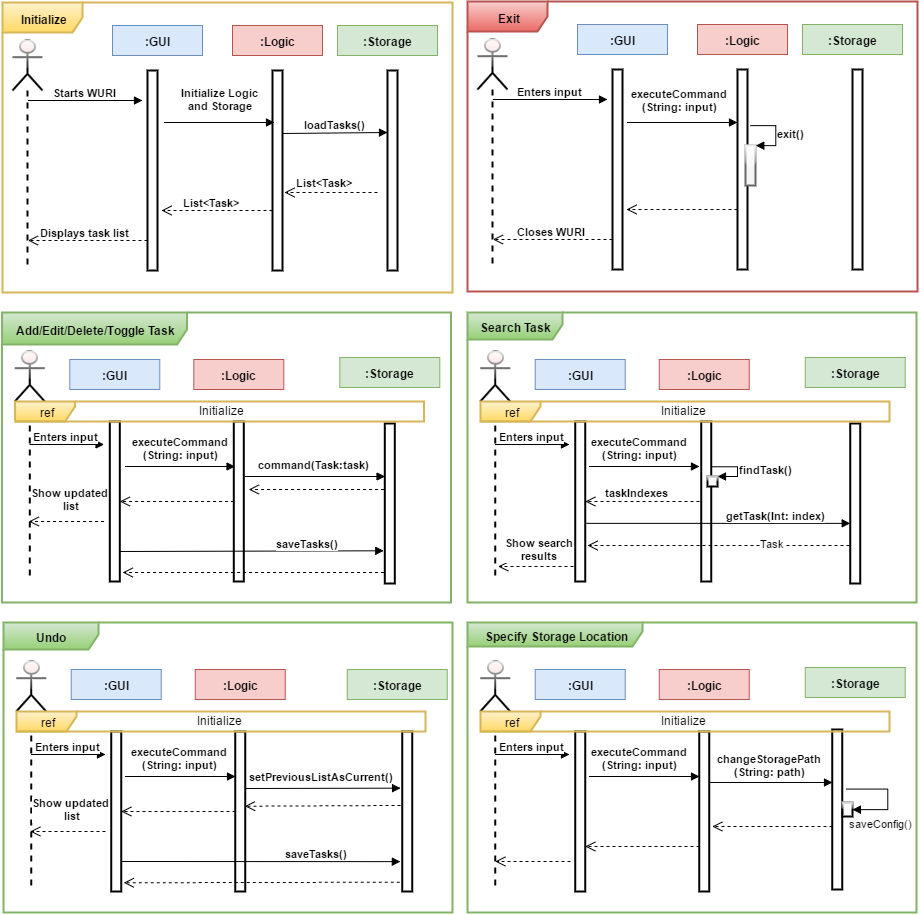
Earlier version of the draw.io export misc/User And Developer Guide/Sequence Diagrams.png (cs2103jan2016-w14-4j/main). Source tidied: cells renumbered, new cells last; positions are measured from the earlier drawing's top-left corner, leaving out a move shared by most shapes.
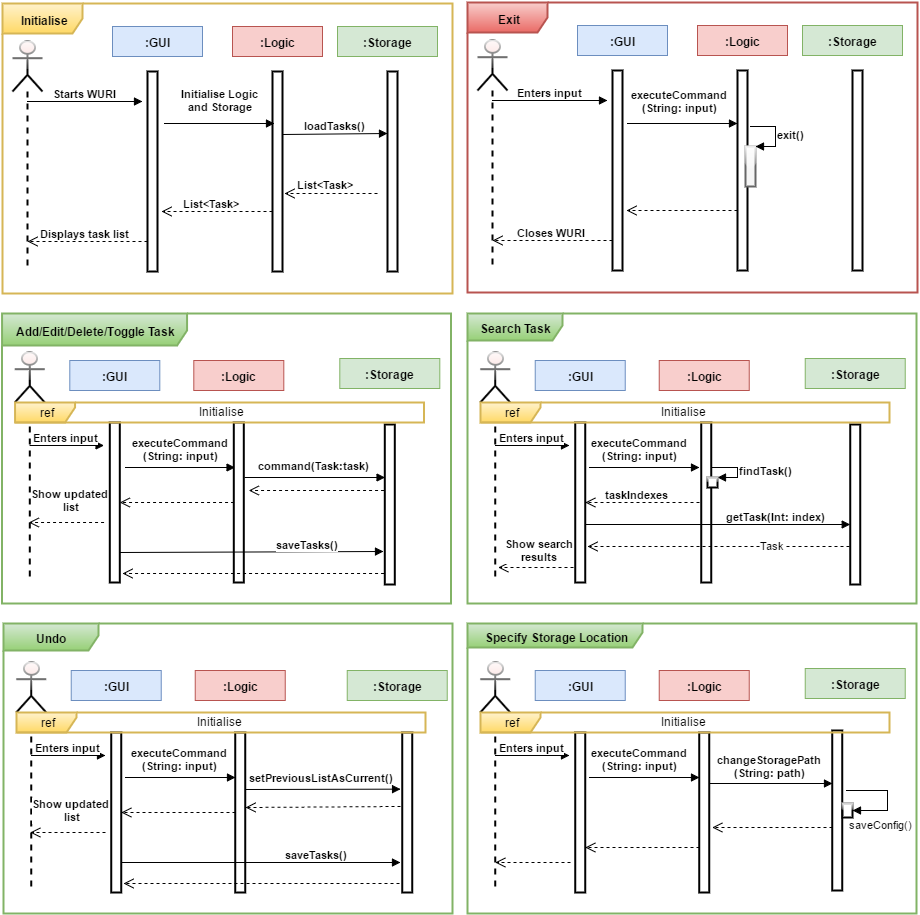
Above is the later version.

Commit message:
Updated Sequence Diagrams for consistency

The edit, as a diff of the source:
```diff
@@ -2,7 +2,7 @@
   <root>
     <mxCell id="0" />
     <mxCell id="1" parent="0" />
-    <mxCell id="2" value="&lt;font color=&quot;#000000&quot;&gt;&lt;b&gt;Initialize&lt;/b&gt;&lt;/font&gt;" style="shape=umlFrame;whiteSpace=wrap;html=1;rounded=0;shadow=0;glass=1;strokeWidth=2;fontColor=#2FA853;width=80;height=30;plain-yellow;" parent="1" vertex="1">
+    <mxCell id="2" value="&lt;font color=&quot;#000000&quot;&gt;&lt;b&gt;Initialise&lt;/b&gt;&lt;/font&gt;" style="shape=umlFrame;whiteSpace=wrap;html=1;rounded=0;shadow=0;glass=1;strokeWidth=2;fontColor=#2FA853;width=80;height=30;plain-yellow;" parent="1" vertex="1">
       <mxGeometry y="1" width="450" height="290" as="geometry" />
     </mxCell>
     <mxCell id="3" style="shape=umlLifeline;participant=umlActor;perimeter=lifelinePerimeter;whiteSpace=wrap;html=1;verticalAlign=top;spacingTop=36;labelBackgroundColor=#ffffff;outlineConnect=0;rounded=0;shadow=0;glass=1;strokeWidth=2;fillColor=#F8CECC;gradientColor=none;fontColor=#2FA853;size=50;" parent="1" vertex="1">
@@ -19,7 +19,7 @@
         <mxPoint x="140" y="99" as="targetPoint" />
       </mxGeometry>
     </mxCell>
-    <mxCell id="7" value="&lt;b&gt;I&lt;span style=&quot;line-height: 1.2&quot;&gt;nitialize Logic&amp;nbsp;&lt;/span&gt;&lt;/b&gt;&lt;div&gt;&lt;span style=&quot;line-height: 1.2&quot;&gt;&lt;b&gt;and Storage&amp;nbsp;&lt;/b&gt;&lt;/span&gt;&lt;/div&gt;" style="html=1;verticalAlign=bottom;endArrow=block;fontColor=#000000;" parent="1" edge="1">
+    <mxCell id="7" value="&lt;b&gt;I&lt;span style=&quot;line-height: 1.2&quot;&gt;nitialise Logic&amp;nbsp;&lt;/span&gt;&lt;/b&gt;&lt;div&gt;&lt;span style=&quot;line-height: 1.2&quot;&gt;&lt;b&gt;and Storage&amp;nbsp;&lt;/b&gt;&lt;/span&gt;&lt;/div&gt;" style="html=1;verticalAlign=bottom;endArrow=block;fontColor=#000000;" parent="1" edge="1">
       <mxGeometry x="0.05" y="10" relative="1" as="geometry">
         <mxPoint x="162" y="121" as="sourcePoint" />
         <mxPoint x="272" y="121" as="targetPoint" />
@@ -121,8 +121,8 @@
     <mxCell id="28" value="&lt;font color=&quot;#000000&quot;&gt;ref&lt;/font&gt;" style="shape=umlFrame;whiteSpace=wrap;html=1;rounded=0;shadow=0;glass=1;strokeWidth=2;fontColor=#2FA853;plain-yellow;" parent="1" vertex="1">
       <mxGeometry x="14" y="710" width="409" height="20" as="geometry" />
     </mxCell>
-    <mxCell id="29" value="Initialize" style="text;html=1;align=left;verticalAlign=top;spacingTop=-4;fontColor=#000000;" parent="1" vertex="1">
-      <mxGeometry x="192.7" y="712" width="60" height="20" as="geometry" />
+    <mxCell id="29" value="Initialise" style="text;html=1;align=left;verticalAlign=top;spacingTop=-4;fontColor=#000000;" parent="1" vertex="1">
+      <mxGeometry x="192.7" y="712" width="60" height="10" as="geometry" />
     </mxCell>
     <mxCell id="30" value="&lt;b&gt;:Logic&lt;/b&gt;" style="whiteSpace=wrap;html=1;plain-red;gradientColor=none;" parent="1" vertex="1">
       <mxGeometry x="192.7" y="668" width="90" height="30" as="geometry" />
@@ -200,8 +200,8 @@
     <mxCell id="46" value="&lt;font color=&quot;#000000&quot;&gt;ref&lt;/font&gt;" style="shape=umlFrame;whiteSpace=wrap;html=1;rounded=0;shadow=0;glass=1;strokeWidth=2;fontColor=#2FA853;plain-yellow;" parent="1" vertex="1">
       <mxGeometry x="12.6" y="400" width="409" height="20" as="geometry" />
     </mxCell>
-    <mxCell id="47" value="Initialize" style="text;html=1;align=left;verticalAlign=top;spacingTop=-4;fontColor=#000000;" parent="1" vertex="1">
-      <mxGeometry x="195.3" y="402" width="60" height="20" as="geometry" />
+    <mxCell id="47" value="Initialise" style="text;html=1;align=left;verticalAlign=top;spacingTop=-4;fontColor=#000000;" parent="1" vertex="1">
+      <mxGeometry x="195.3" y="402" width="60" height="10" as="geometry" />
     </mxCell>
     <mxCell id="48" value="&lt;b&gt;:Logic&lt;/b&gt;" style="whiteSpace=wrap;html=1;plain-red;gradientColor=none;" parent="1" vertex="1">
       <mxGeometry x="191.3" y="358" width="90" height="30" as="geometry" />
@@ -275,8 +275,8 @@
     <mxCell id="63" value="&lt;font color=&quot;#000000&quot;&gt;ref&lt;/font&gt;" style="shape=umlFrame;whiteSpace=wrap;html=1;rounded=0;shadow=0;glass=1;strokeWidth=2;fontColor=#2FA853;plain-yellow;" parent="1" vertex="1">
       <mxGeometry x="478" y="710" width="409" height="20" as="geometry" />
     </mxCell>
-    <mxCell id="64" value="Initialize" style="text;html=1;align=left;verticalAlign=top;spacingTop=-4;fontColor=#000000;" parent="1" vertex="1">
-      <mxGeometry x="656.7" y="712" width="60" height="20" as="geometry" />
+    <mxCell id="64" value="Initialise" style="text;html=1;align=left;verticalAlign=top;spacingTop=-4;fontColor=#000000;" parent="1" vertex="1">
+      <mxGeometry x="656.7" y="712" width="60" height="10" as="geometry" />
     </mxCell>
     <mxCell id="65" value="&lt;b&gt;:Logic&lt;/b&gt;" style="whiteSpace=wrap;html=1;plain-red;gradientColor=none;" parent="1" vertex="1">
       <mxGeometry x="656.7" y="668" width="90" height="30" as="geometry" />
@@ -362,8 +362,8 @@
     <mxCell id="82" value="&lt;font color=&quot;#000000&quot;&gt;ref&lt;/font&gt;" style="shape=umlFrame;whiteSpace=wrap;html=1;rounded=0;shadow=0;glass=1;strokeWidth=2;fontColor=#2FA853;plain-yellow;" parent="1" vertex="1">
       <mxGeometry x="478" y="400" width="409" height="20" as="geometry" />
     </mxCell>
-    <mxCell id="83" value="Initialize" style="text;html=1;align=left;verticalAlign=top;spacingTop=-4;fontColor=#000000;" parent="1" vertex="1">
-      <mxGeometry x="656.7" y="402" width="60" height="20" as="geometry" />
+    <mxCell id="83" value="Initialise" style="text;html=1;align=left;verticalAlign=top;spacingTop=-4;fontColor=#000000;" parent="1" vertex="1">
+      <mxGeometry x="656.7" y="402" width="60" height="10" as="geometry" />
     </mxCell>
     <mxCell id="84" value="&lt;b&gt;:Logic&lt;/b&gt;" style="whiteSpace=wrap;html=1;plain-red;gradientColor=none;" parent="1" vertex="1">
       <mxGeometry x="656.7" y="358" width="90" height="30" as="geometry" />
```
